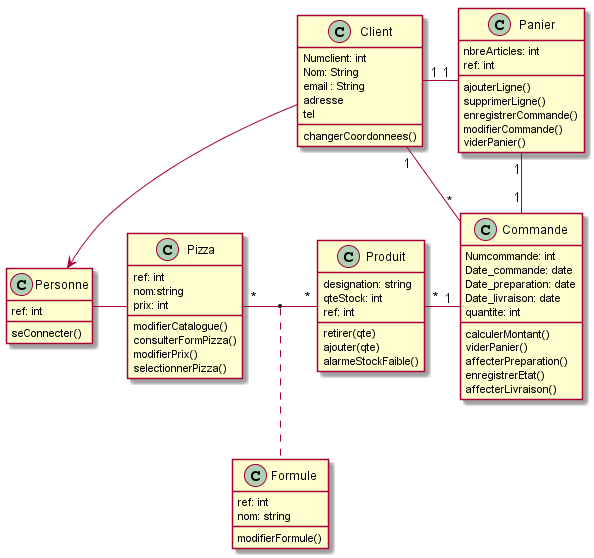
Earlier version of the PlantUML export class.png (SergeNanou/Solution-technique-Gestion-de-pizzeria).
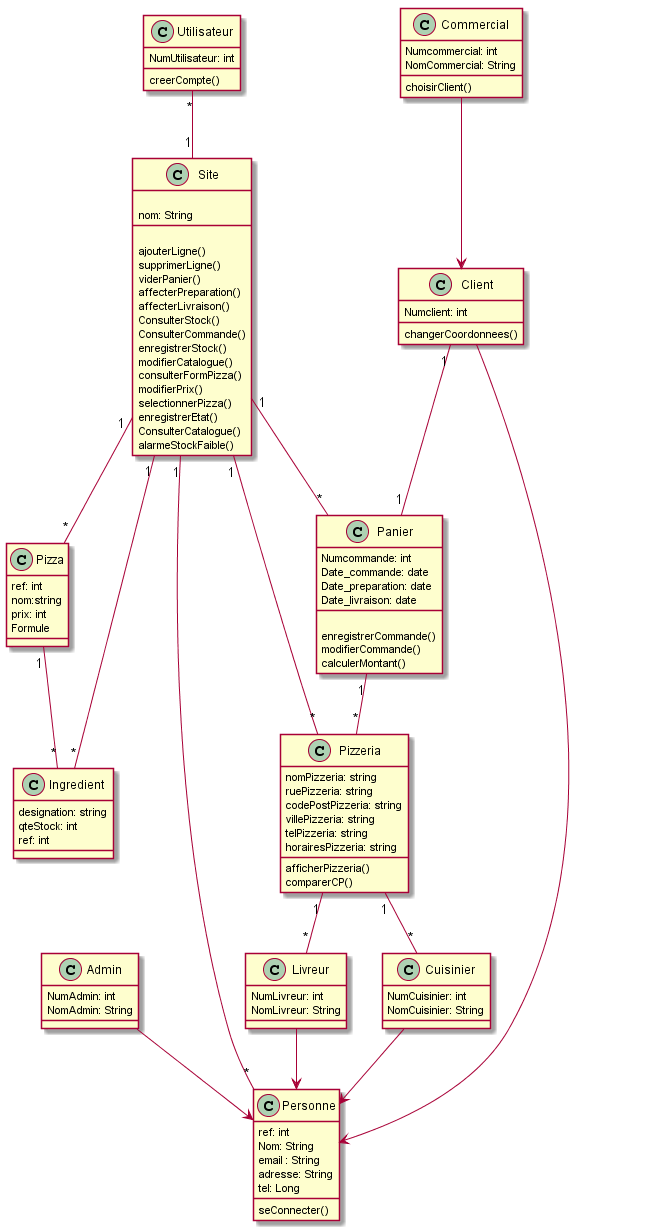
The same file after the commit.

What changed in the source:
```diff
@@ -2,71 +2,120 @@
 
 class Client {
   {field} Numclient: int
-          Nom: String
-          email : String
-          adresse
-          tel
 
   {method} changerCoordonnees()
 }
-class Commande{
+class Utilisateur {
+  {field} NumUtilisateur: int
+  {method} creerCompte()
+}
+class Admin {
+  {field} NumAdmin: int
+          NomAdmin: String
+  {method}
+}
+class Cuisinier {
+  {field} NumCuisinier: int
+          NomCuisinier: String
+
+  {method}
+}
+class Livreur {
+  {field} NumLivreur: int
+          NomLivreur: String
+
+  {method}
+}
+
+class Commercial {
+  {field} Numcommercial: int
+          NomCommercial: String
+  {method} choisirClient()
+
+}
+class Site{
+  {field}
+          nom: String
+  {method}
+           ajouterLigne()
+           supprimerLigne()
+           viderPanier()
+           affecterPreparation()
+           affecterLivraison()
+           ConsulterStock()
+           ConsulterCommande()
+           enregistrerStock()
+           modifierCatalogue()
+           consulterFormPizza()
+           modifierPrix()
+           selectionnerPizza()
+           enregistrerEtat()
+           ConsulterCatalogue()
+           alarmeStockFaible()
+}
+class Pizzeria{
+  {field} nomPizzeria: string
+          ruePizzeria: string
+          codePostPizzeria: string
+          villePizzeria: string
+          telPizzeria: string
+          horairesPizzeria: string
+  {method} afficherPizzeria()
+           comparerCP()
+
+}
+class Panier{
   {field} Numcommande: int
           Date_commande: date
           Date_preparation: date
           Date_livraison: date
-          quantite: int
-  {method} calculerMontant()
-           viderPanier()
-           affecterPreparation()
-           enregistrerEtat()
-           affecterLivraison()
-}
-class Panier{
-  {field} nbreArticles: int
-          ref: int
-  {method} ajouterLigne()
-           supprimerLigne()
+  {method}
            enregistrerCommande()
            modifierCommande()
-           viderPanier()
+           calculerMontant()
+
 }
-class Produit{
+class Ingredient{
   {field} designation: string
           qteStock: int
           ref: int
 
-  {method} retirer(qte)
-           ajouter(qte)
-           alarmeStockFaible()
+  {method}
+
 }
 class Pizza{
   {field} ref: int
           nom:string
           prix: int
+          Formule
+  {method}
 
-  {method} modifierCatalogue()
-           consulterFormPizza()
-           modifierPrix()
-           selectionnerPizza()
 }
 class Personne{
   {field} ref: int
-
-
+          Nom: String
+          email : String
+          adresse: String
+          tel: Long
   {method} seConnecter()
 
 }
-Client "1" - "1" Panier
-Client "1" - "*" Commande
-Panier "1" - "1" Commande
-Pizza   "*" - "*" Produit
-Produit   "*" - "1" Commande
-(Pizza, Produit) . Formule
-Personne - Pizza
+Ingredient "*" -- "1" Site
+Client "1" -- "1" Panier
+Site "1" -- "*" Pizza
+Panier "1" -- "*" Pizzeria
+Site "1" -- "*" Pizzeria
+Pizza   "1" -- "*" Ingredient
+Site  "1" -- "*" Panier
+Pizzeria "1" -- "*" Cuisinier
+Pizzeria "1" -- "*" Livreur
+Utilisateur "*"--"1" Site
+Site "1" -- "*"  Personne
+Cuisinier --> Personne
 Client --> Personne
-class Formule{
-  {field} ref: int
-          nom: string
-  {method} modifierFormule()
-}
+Commercial --> Client
+Admin --> Personne
+Livreur --> Personne
+
+
 @enduml
```
